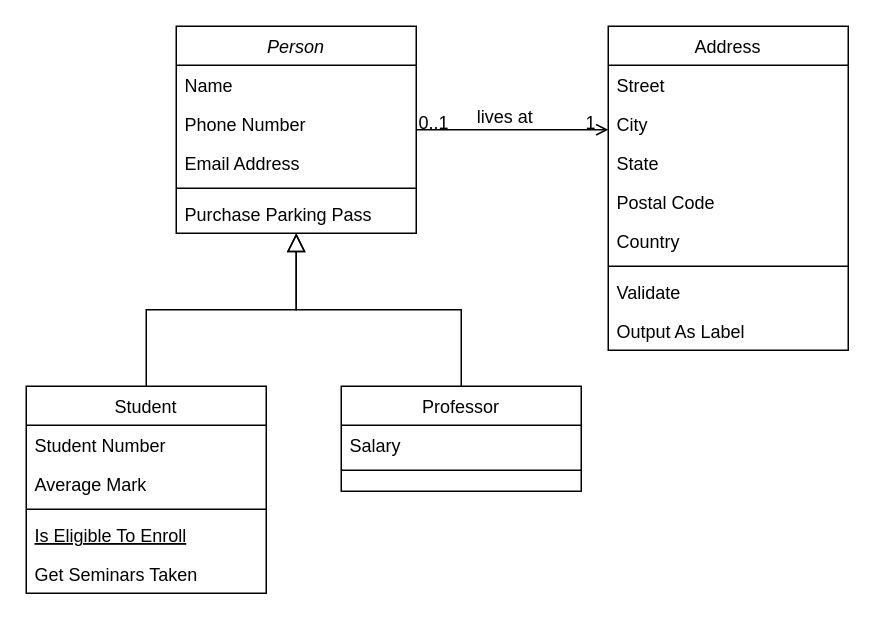
Earlier version of the draw.io diagram Diagrama sin título.drawio (martanavarroguil5/Ejercicios_de_clases_de_POO). Source tidied: cells renumbered, new cells numbered last; positions are measured from the earlier drawing's top-left corner, leaving out a move shared by most shapes. Both pictures are drawn from the tidied source at 150%, with x=0, y=0 at pixel (26, 26).
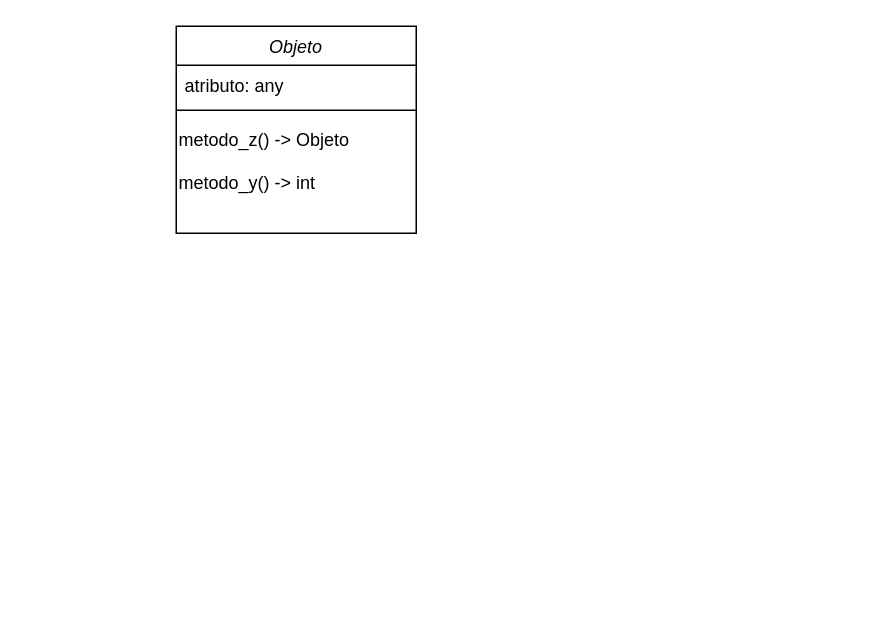
The same diagram, later.

Change to the diagram source:
```diff
@@
-    <mxCell id="2" value="Person" style="swimlane;fontStyle=2;align=center;verticalAlign=top;horizontal=1;startSize=26;rounded=0;shadow=0;strokeWidth=1;" parent="1" vertex="1">
+    <mxCell id="2" value="Objeto" style="swimlane;fontStyle=2;align=center;verticalAlign=top;horizontal=1;startSize=26;rounded=0;shadow=0;strokeWidth=1;" parent="1" vertex="1">
       <mxGeometry x="100" width="160" height="138" as="geometry" />
     </mxCell>
-    <mxCell id="3" value="Name" style="text;align=left;verticalAlign=top;spacingLeft=4;spacingRight=4;overflow=hidden;" parent="2" vertex="1">
+    <mxCell id="3" value="atributo: any" style="text;align=left;verticalAlign=top;spacingLeft=4;spacingRight=4;overflow=hidden;" parent="2" vertex="1">
       <mxGeometry y="26" width="160" height="26" as="geometry" />
     </mxCell>
-    <mxCell id="4" value="Phone Number" style="text;align=left;verticalAlign=top;spacingLeft=4;spacingRight=4;overflow=hidden;rounded=0;shadow=0;html=0;" parent="2" vertex="1">
-      <mxGeometry y="52" width="160" height="26" as="geometry" />
-    </mxCell>
-    <mxCell id="5" value="Email Address" style="text;align=left;verticalAlign=top;spacingLeft=4;spacingRight=4;overflow=hidden;rounded=0;shadow=0;html=0;" parent="2" vertex="1">
-      <mxGeometry y="78" width="160" height="26" as="geometry" />
-    </mxCell>
     <mxCell id="6" style="line;html=1;strokeWidth=1;align=left;verticalAlign=middle;spacingTop=-1;spacingLeft=3;spacingRight=3;labelPosition=right;" parent="2" vertex="1">
-      <mxGeometry y="104" width="160" height="8" as="geometry" />
+      <mxGeometry y="52" width="160" height="8" as="geometry" />
     </mxCell>
-    <mxCell id="7" value="Purchase Parking Pass" style="text;align=left;verticalAlign=top;spacingLeft=4;spacingRight=4;overflow=hidden;" parent="2" vertex="1">
-      <mxGeometry y="112" width="160" height="26" as="geometry" />
-    </mxCell>
-    <mxCell id="8" value="Student" style="swimlane;fontStyle=0;align=center;verticalAlign=top;horizontal=1;startSize=26;rounded=0;shadow=0;strokeWidth=1;" parent="1" vertex="1">
-      <mxGeometry y="240" width="160" height="138" as="geometry" />
-    </mxCell>
-    <mxCell id="9" value="Student Number" style="text;align=left;verticalAlign=top;spacingLeft=4;spacingRight=4;overflow=hidden;" parent="8" vertex="1">
-      <mxGeometry y="26" width="160" height="26" as="geometry" />
-    </mxCell>
-    <mxCell id="10" value="Average Mark" style="text;align=left;verticalAlign=top;spacingLeft=4;spacingRight=4;overflow=hidden;rounded=0;shadow=0;html=0;" parent="8" vertex="1">
-      <mxGeometry y="52" width="160" height="26" as="geometry" />
-    </mxCell>
-    <mxCell id="11" style="line;html=1;strokeWidth=1;align=left;verticalAlign=middle;spacingTop=-1;spacingLeft=3;spacingRight=3;labelPosition=right;" parent="8" vertex="1">
-      <mxGeometry y="78" width="160" height="8" as="geometry" />
-    </mxCell>
-    <mxCell id="12" value="Is Eligible To Enroll" style="text;align=left;verticalAlign=top;spacingLeft=4;spacingRight=4;overflow=hidden;fontStyle=4;" parent="8" vertex="1">
-      <mxGeometry y="86" width="160" height="26" as="geometry" />
-    </mxCell>
-    <mxCell id="13" value="Get Seminars Taken" style="text;align=left;verticalAlign=top;spacingLeft=4;spacingRight=4;overflow=hidden;" parent="8" vertex="1">
-      <mxGeometry y="112" width="160" height="26" as="geometry" />
-    </mxCell>
-    <mxCell id="14" style="endArrow=block;endSize=10;endFill=0;shadow=0;strokeWidth=1;rounded=0;curved=0;edgeStyle=elbowEdgeStyle;elbow=vertical;" parent="1" edge="1" source="8" target="2">
-      <mxGeometry relative="1" as="geometry" />
-    </mxCell>
-    <mxCell id="15" value="Professor" style="swimlane;fontStyle=0;align=center;verticalAlign=top;horizontal=1;startSize=26;rounded=0;shadow=0;strokeWidth=1;" parent="1" vertex="1">
-      <mxGeometry x="210" y="240" width="160" height="70" as="geometry" />
-    </mxCell>
-    <mxCell id="16" value="Salary" style="text;align=left;verticalAlign=top;spacingLeft=4;spacingRight=4;overflow=hidden;" parent="15" vertex="1">
-      <mxGeometry y="26" width="160" height="26" as="geometry" />
-    </mxCell>
-    <mxCell id="17" style="line;html=1;strokeWidth=1;align=left;verticalAlign=middle;spacingTop=-1;spacingLeft=3;spacingRight=3;labelPosition=right;" parent="15" vertex="1">
-      <mxGeometry y="52" width="160" height="8" as="geometry" />
-    </mxCell>
-    <mxCell id="18" style="endArrow=block;endSize=10;endFill=0;shadow=0;strokeWidth=1;rounded=0;curved=0;edgeStyle=elbowEdgeStyle;elbow=vertical;" parent="1" edge="1" source="15" target="2">
-      <mxGeometry relative="1" as="geometry" />
-    </mxCell>
-    <mxCell id="19" value="Address" style="swimlane;fontStyle=0;align=center;verticalAlign=top;horizontal=1;startSize=26;rounded=0;shadow=0;strokeWidth=1;" parent="1" vertex="1">
-      <mxGeometry x="388" width="160" height="216" as="geometry" />
-    </mxCell>
-    <mxCell id="20" value="Street" style="text;align=left;verticalAlign=top;spacingLeft=4;spacingRight=4;overflow=hidden;" parent="19" vertex="1">
-      <mxGeometry y="26" width="160" height="26" as="geometry" />
-    </mxCell>
-    <mxCell id="21" value="City" style="text;align=left;verticalAlign=top;spacingLeft=4;spacingRight=4;overflow=hidden;rounded=0;shadow=0;html=0;" parent="19" vertex="1">
-      <mxGeometry y="52" width="160" height="26" as="geometry" />
-    </mxCell>
-    <mxCell id="22" value="State" style="text;align=left;verticalAlign=top;spacingLeft=4;spacingRight=4;overflow=hidden;rounded=0;shadow=0;html=0;" parent="19" vertex="1">
-      <mxGeometry y="78" width="160" height="26" as="geometry" />
-    </mxCell>
-    <mxCell id="23" value="Postal Code" style="text;align=left;verticalAlign=top;spacingLeft=4;spacingRight=4;overflow=hidden;rounded=0;shadow=0;html=0;" parent="19" vertex="1">
-      <mxGeometry y="104" width="160" height="26" as="geometry" />
-    </mxCell>
-    <mxCell id="24" value="Country" style="text;align=left;verticalAlign=top;spacingLeft=4;spacingRight=4;overflow=hidden;rounded=0;shadow=0;html=0;" parent="19" vertex="1">
-      <mxGeometry y="130" width="160" height="26" as="geometry" />
-    </mxCell>
-    <mxCell id="25" style="line;html=1;strokeWidth=1;align=left;verticalAlign=middle;spacingTop=-1;spacingLeft=3;spacingRight=3;labelPosition=right;" parent="19" vertex="1">
-      <mxGeometry y="156" width="160" height="8" as="geometry" />
-    </mxCell>
-    <mxCell id="26" value="Validate" style="text;align=left;verticalAlign=top;spacingLeft=4;spacingRight=4;overflow=hidden;" parent="19" vertex="1">
-      <mxGeometry y="164" width="160" height="26" as="geometry" />
-    </mxCell>
-    <mxCell id="27" value="Output As Label" style="text;align=left;verticalAlign=top;spacingLeft=4;spacingRight=4;overflow=hidden;" parent="19" vertex="1">
-      <mxGeometry y="190" width="160" height="26" as="geometry" />
-    </mxCell>
-    <mxCell id="28" style="endArrow=open;shadow=0;strokeWidth=1;rounded=0;curved=0;endFill=1;edgeStyle=elbowEdgeStyle;elbow=vertical;" parent="1" edge="1" source="2" target="19">
-      <mxGeometry x="0.5" y="41" relative="1" as="geometry">
-        <mxPoint x="-40" y="32" as="offset" />
-      </mxGeometry>
-    </mxCell>
-    <mxCell id="29" value="0..1" style="align=left;verticalAlign=bottom;labelBackgroundColor=none;fontSize=12;" parent="28" vertex="1">
-      <mxGeometry x="-1" relative="1" as="geometry">
-        <mxPoint y="4" as="offset" />
-      </mxGeometry>
-    </mxCell>
-    <mxCell id="30" value="1" style="align=right;verticalAlign=bottom;labelBackgroundColor=none;fontSize=12;" parent="28" vertex="1">
-      <mxGeometry x="1" relative="1" as="geometry">
-        <mxPoint x="-7" y="4" as="offset" />
-      </mxGeometry>
-    </mxCell>
-    <mxCell id="31" value="lives at" style="text;html=1;align=center;verticalAlign=middle;labelBackgroundColor=none;rounded=0;shadow=0;strokeWidth=1;fontSize=12;" parent="28" vertex="1">
-      <mxGeometry x="0.5" y="49" relative="1" as="geometry">
-        <mxPoint x="-38" y="40" as="offset" />
-      </mxGeometry>
-    </mxCell>
+    <mxCell id="32" value="metodo_z() -&amp;gt; Objeto&lt;div&gt;&lt;br&gt;&lt;/div&gt;&lt;div&gt;metodo_y() -&amp;gt; int&lt;/div&gt;" style="text;html=1;align=left;verticalAlign=middle;strokeColor=none;fillColor=none;" parent="2" vertex="1">
+      <mxGeometry y="60" width="160" height="60" as="geometry" />
+    </mxCell>
```
